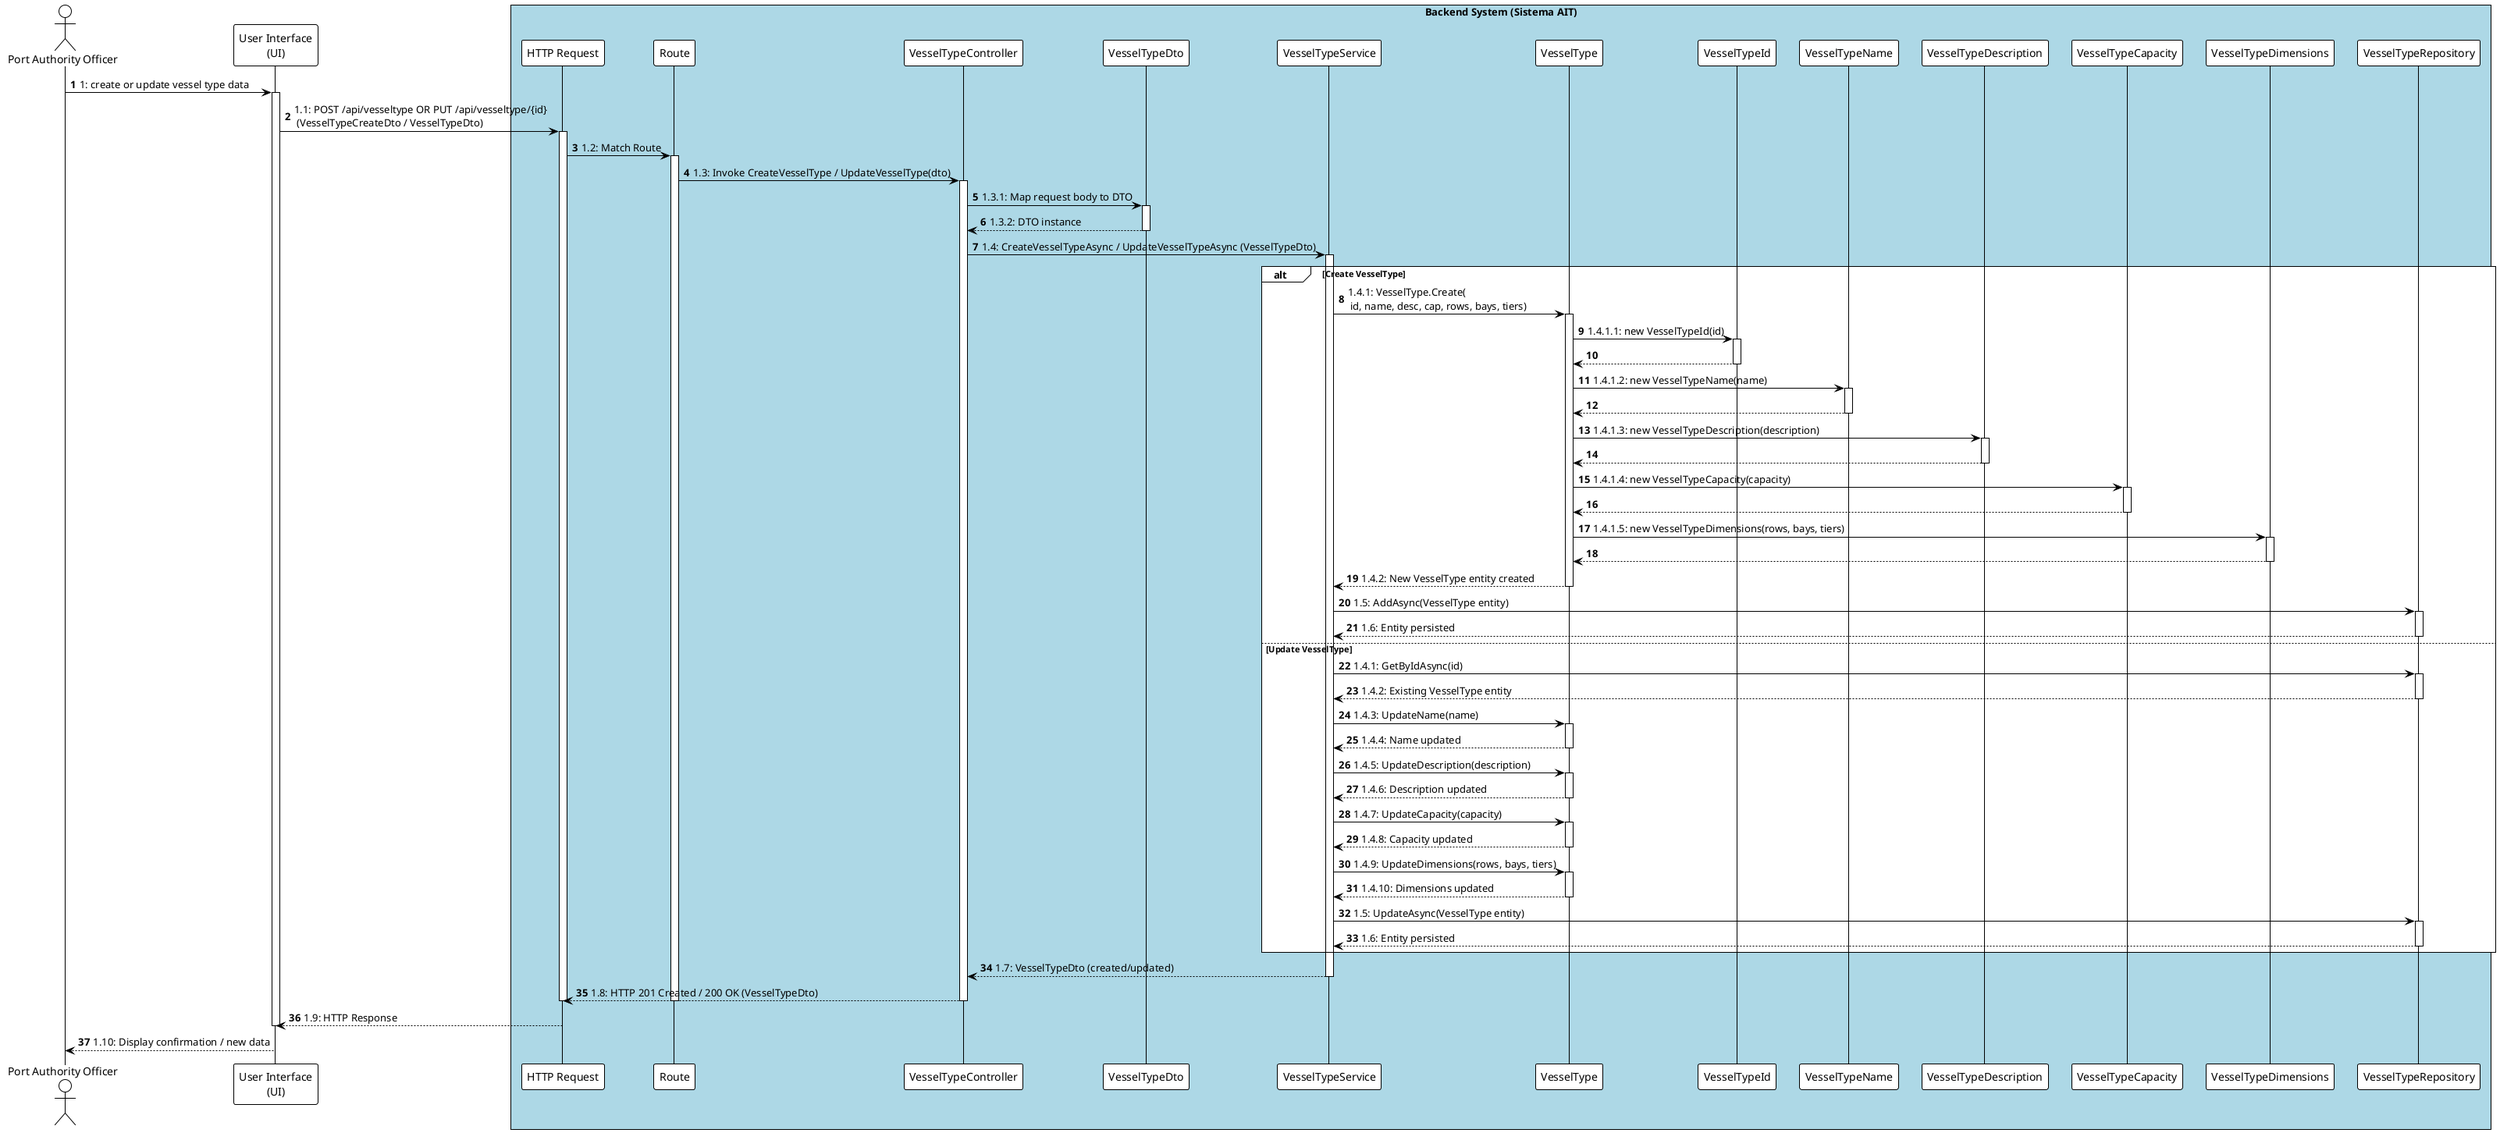
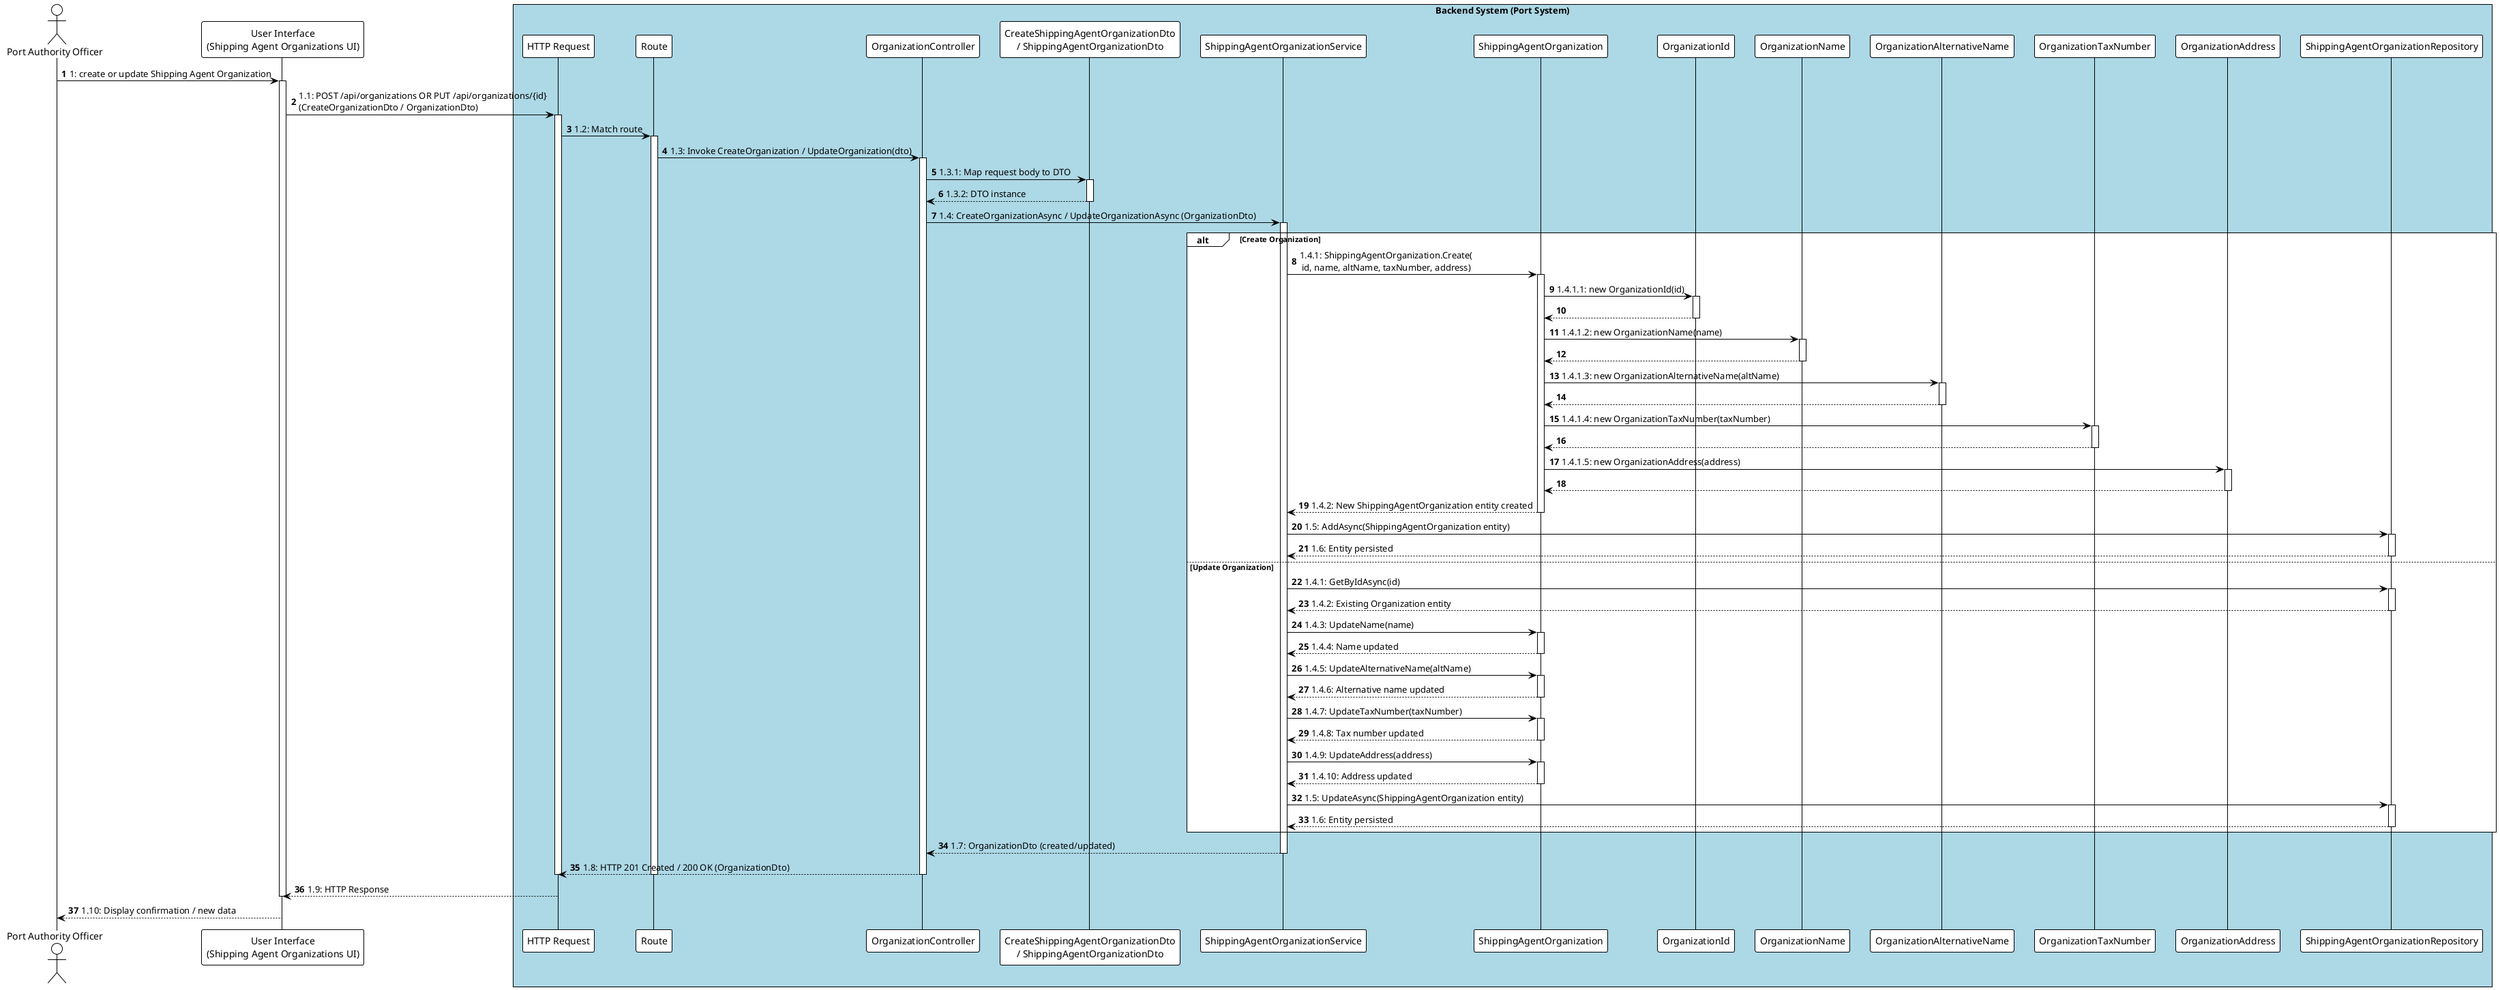
@startuml
!theme plain
autonumber

actor "Port Authority Officer" as Officer
- participant "User Interface\n(UI)" as UI
- box "Backend System (Sistema AIT)" #LightBlue
+ participant "User Interface\n(Shipping Agent Organizations UI)" as UI
+ 
+ box "Backend System (Port System)" #LightBlue
    participant "HTTP Request" as HttpRequest
    participant "Route" as Route
-     participant "VesselTypeController" as Controller
-     participant "VesselTypeDto" as Dto
-     participant "VesselTypeService" as ServiceImpl
-     participant "VesselType" as DomainEntity
-     participant "VesselTypeId" as EntityId
-     participant "VesselTypeName" as NameVO
-     participant "VesselTypeDescription" as DescVO
-     participant "VesselTypeCapacity" as CapacityVO
-     participant "VesselTypeDimensions" as DimensionsVO
-     participant "VesselTypeRepository" as RepoImpl
+     participant "OrganizationController" as Controller
+     participant "CreateShippingAgentOrganizationDto\n/ ShippingAgentOrganizationDto" as Dto
+     participant "ShippingAgentOrganizationService" as ServiceImpl
+     participant "ShippingAgentOrganization" as DomainEntity
+     participant "OrganizationId" as EntityId
+     participant "OrganizationName" as NameVO
+     participant "OrganizationAlternativeName" as AltNameVO
+     participant "OrganizationTaxNumber" as TaxVO
+     participant "OrganizationAddress" as AddressVO
+     participant "ShippingAgentOrganizationRepository" as RepoImpl
end box

- Officer -> UI : 1: create or update vessel type data
+ Officer -> UI : 1: create or update Shipping Agent Organization
activate UI

- UI -> HttpRequest : 1.1: POST /api/vesseltype OR PUT /api/vesseltype/{id} \n (VesselTypeCreateDto / VesselTypeDto)
+ UI -> HttpRequest : 1.1: POST /api/organizations OR PUT /api/organizations/{id}\n(CreateOrganizationDto / OrganizationDto)
activate HttpRequest
- HttpRequest -> Route : 1.2: Match Route
+ HttpRequest -> Route : 1.2: Match route
activate Route
- Route -> Controller : 1.3: Invoke CreateVesselType / UpdateVesselType(dto)
+ Route -> Controller : 1.3: Invoke CreateOrganization / UpdateOrganization(dto)
activate Controller

Controller -> Dto : 1.3.1: Map request body to DTO
activate Dto
Dto --> Controller : 1.3.2: DTO instance
deactivate Dto

- Controller -> ServiceImpl : 1.4: CreateVesselTypeAsync / UpdateVesselTypeAsync (VesselTypeDto)
+ Controller -> ServiceImpl : 1.4: CreateOrganizationAsync / UpdateOrganizationAsync (OrganizationDto)
activate ServiceImpl

- alt Create VesselType
-     ' ** Detalhe do fluxo de criação **
-     ServiceImpl -> DomainEntity : 1.4.1: VesselType.Create(\n id, name, desc, cap, rows, bays, tiers)
+ alt Create Organization
+     ' **Fluxo de criação**
+     ServiceImpl -> DomainEntity : 1.4.1: ShippingAgentOrganization.Create(\n id, name, altName, taxNumber, address)
    activate DomainEntity

-     DomainEntity -> EntityId : 1.4.1.1: new VesselTypeId(id)
+     DomainEntity -> EntityId : 1.4.1.1: new OrganizationId(id)
    activate EntityId
    EntityId --> DomainEntity
    deactivate EntityId

-     DomainEntity -> NameVO : 1.4.1.2: new VesselTypeName(name)
+     DomainEntity -> NameVO : 1.4.1.2: new OrganizationName(name)
    activate NameVO
    NameVO --> DomainEntity
    deactivate NameVO

-     DomainEntity -> DescVO : 1.4.1.3: new VesselTypeDescription(description)
-     activate DescVO
-     DescVO --> DomainEntity
-     deactivate DescVO
+     DomainEntity -> AltNameVO : 1.4.1.3: new OrganizationAlternativeName(altName)
+     activate AltNameVO
+     AltNameVO --> DomainEntity
+     deactivate AltNameVO

-     DomainEntity -> CapacityVO : 1.4.1.4: new VesselTypeCapacity(capacity)
-     activate CapacityVO
-     CapacityVO --> DomainEntity
-     deactivate CapacityVO
+     DomainEntity -> TaxVO : 1.4.1.4: new OrganizationTaxNumber(taxNumber)
+     activate TaxVO
+     TaxVO --> DomainEntity
+     deactivate TaxVO

-     DomainEntity -> DimensionsVO : 1.4.1.5: new VesselTypeDimensions(rows, bays, tiers)
-     activate DimensionsVO
-     DimensionsVO --> DomainEntity
-     deactivate DimensionsVO
+     DomainEntity -> AddressVO : 1.4.1.5: new OrganizationAddress(address)
+     activate AddressVO
+     AddressVO --> DomainEntity
+     deactivate AddressVO

-     DomainEntity --> ServiceImpl : 1.4.2: New VesselType entity created
+     DomainEntity --> ServiceImpl : 1.4.2: New ShippingAgentOrganization entity created
    deactivate DomainEntity

-     ServiceImpl -> RepoImpl : 1.5: AddAsync(VesselType entity)
+     ServiceImpl -> RepoImpl : 1.5: AddAsync(ShippingAgentOrganization entity)
    activate RepoImpl
    RepoImpl --> ServiceImpl : 1.6: Entity persisted
    deactivate RepoImpl
- else Update VesselType
-     ' ** Detalhe do fluxo de atualização **
+ 
+ else Update Organization
+     ' **Fluxo de atualização**
    ServiceImpl -> RepoImpl : 1.4.1: GetByIdAsync(id)
    activate RepoImpl
-     RepoImpl --> ServiceImpl : 1.4.2: Existing VesselType entity
+     RepoImpl --> ServiceImpl : 1.4.2: Existing Organization entity
    deactivate RepoImpl

    ServiceImpl -> DomainEntity : 1.4.3: UpdateName(name)
    activate DomainEntity
    DomainEntity --> ServiceImpl : 1.4.4: Name updated
    deactivate DomainEntity

-     ServiceImpl -> DomainEntity : 1.4.5: UpdateDescription(description)
+     ServiceImpl -> DomainEntity : 1.4.5: UpdateAlternativeName(altName)
    activate DomainEntity
-     DomainEntity --> ServiceImpl : 1.4.6: Description updated
+     DomainEntity --> ServiceImpl : 1.4.6: Alternative name updated
    deactivate DomainEntity

-     ServiceImpl -> DomainEntity : 1.4.7: UpdateCapacity(capacity)
+     ServiceImpl -> DomainEntity : 1.4.7: UpdateTaxNumber(taxNumber)
    activate DomainEntity
-     DomainEntity --> ServiceImpl : 1.4.8: Capacity updated
+     DomainEntity --> ServiceImpl : 1.4.8: Tax number updated
    deactivate DomainEntity

-     ServiceImpl -> DomainEntity : 1.4.9: UpdateDimensions(rows, bays, tiers)
+     ServiceImpl -> DomainEntity : 1.4.9: UpdateAddress(address)
    activate DomainEntity
-     DomainEntity --> ServiceImpl : 1.4.10: Dimensions updated
+     DomainEntity --> ServiceImpl : 1.4.10: Address updated
    deactivate DomainEntity

-     ServiceImpl -> RepoImpl : 1.5: UpdateAsync(VesselType entity)
+     ServiceImpl -> RepoImpl : 1.5: UpdateAsync(ShippingAgentOrganization entity)
    activate RepoImpl
    RepoImpl --> ServiceImpl : 1.6: Entity persisted
    deactivate RepoImpl
end

- ServiceImpl --> Controller : 1.7: VesselTypeDto (created/updated)
+ ServiceImpl --> Controller : 1.7: OrganizationDto (created/updated)
deactivate ServiceImpl

- Controller --> HttpRequest : 1.8: HTTP 201 Created / 200 OK (VesselTypeDto)
+ Controller --> HttpRequest : 1.8: HTTP 201 Created / 200 OK (OrganizationDto)
deactivate Controller
deactivate Route
deactivate HttpRequest

HttpRequest --> UI : 1.9: HTTP Response
deactivate UI

UI --> Officer : 1.10: Display confirmation / new data

- @enduml+ @enduml
